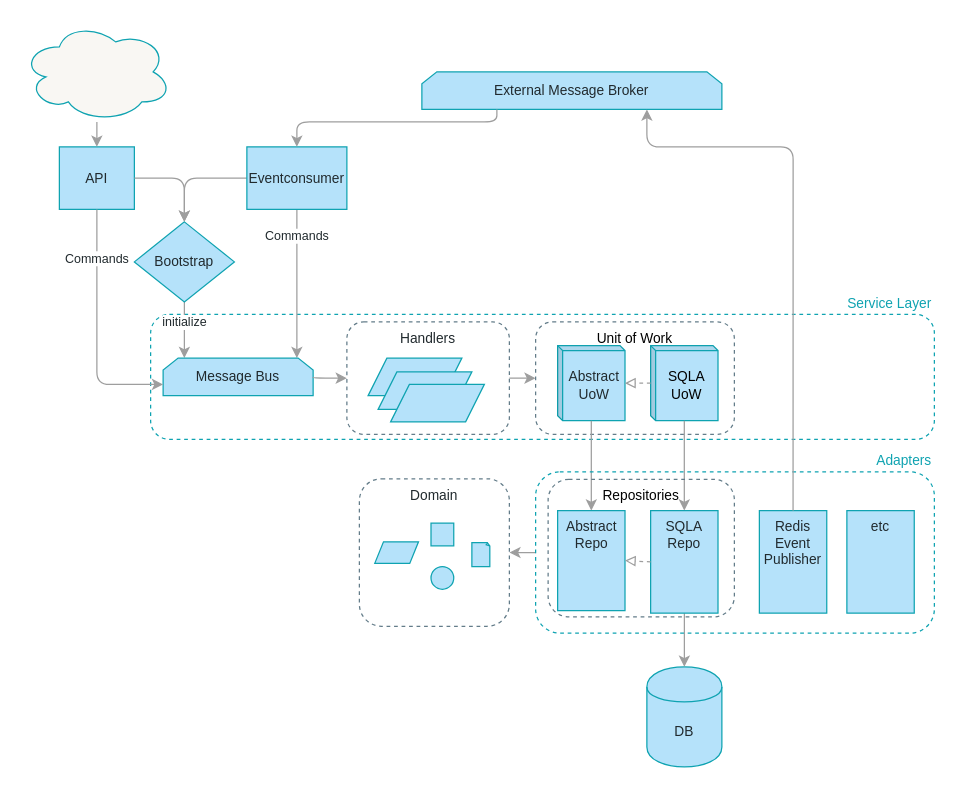
The draw.io diagram page "recap diagram" (11 of 11) of maps.drawio in cosmicpython/book, before the edit. Source tidied: cells renumbered, new cells numbered last; positions are measured from the earlier drawing's top-left corner, leaving out a move shared by most shapes. Both pictures are drawn from the tidied source at 125%, with x=0, y=0 at pixel (21, 21).
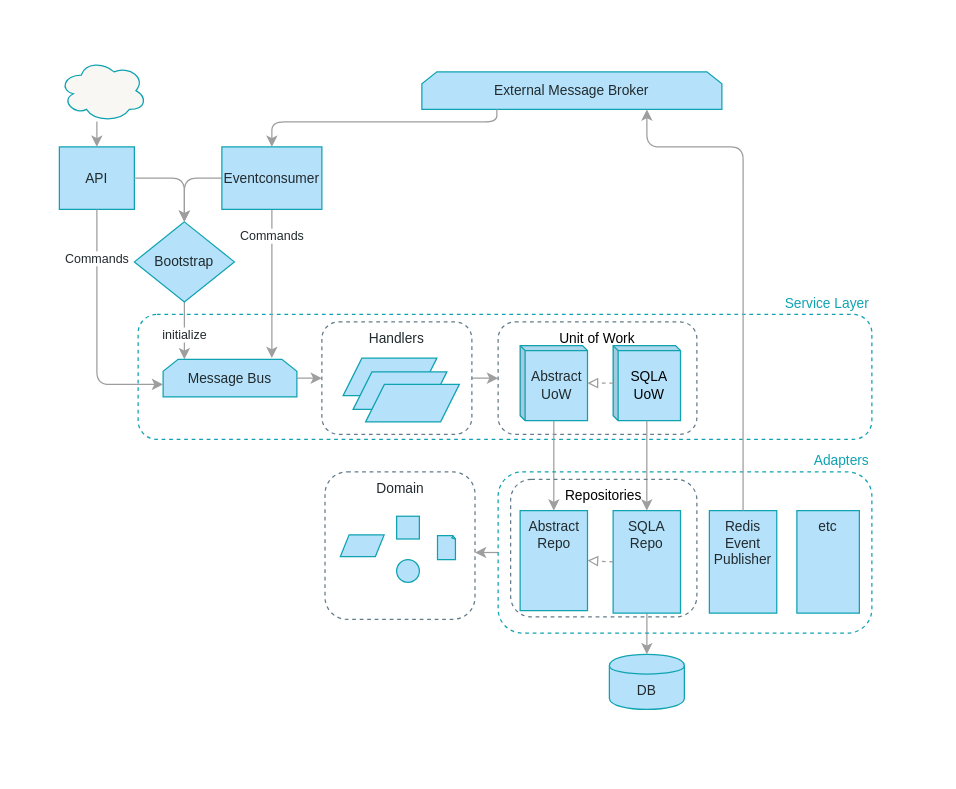
Above is the later version.

Commit message:
maps: tighten up recap diagram

The change refers to these unchanged cells:
```xml
<mxCell id="11" value="Domain" style="rounded=1;whiteSpace=wrap;html=1;fontFamily=Guardian Sans Cond Light;verticalAlign=top;fontSize=11;fontColor=#212A2E;fillColor=none;strokeColor=#637C89;dashed=1;" parent="10" vertex="1">
  <mxGeometry width="120" height="118" as="geometry" />
</mxCell>
<mxCell id="25" value="Bootstrap" style="rhombus;whiteSpace=wrap;html=1;rounded=0;shadow=0;glass=0;comic=0;strokeColor=#0FA3B1;fillColor=#B5E2FA;gradientColor=none;fontFamily=Guardian Sans Cond Light;fontSize=11;fontColor=#212A2E;align=center;" parent="1" vertex="1">
  <mxGeometry x="90" y="160" width="80" height="64" as="geometry" />
</mxCell>
<mxCell id="37" value="API" style="rounded=0;whiteSpace=wrap;html=1;fontFamily=Guardian Sans Cond Light;fontSize=11;fontColor=#212A2E;align=center;strokeColor=#0FA3B1;fillColor=#B5E2FA;" parent="1" vertex="1">
  <mxGeometry x="30" y="100" width="60" height="50" as="geometry" />
</mxCell>
<mxCell id="42" value="External Message Broker " style="shape=loopLimit;whiteSpace=wrap;html=1;fontFamily=Guardian Sans Cond Light;fontSize=11;fontColor=#212A2E;align=center;strokeColor=#0FA3B1;fillColor=#B5E2FA;size=12;gradientColor=none;" parent="1" vertex="1">
  <mxGeometry x="320" y="40" width="240" height="30" as="geometry" />
</mxCell>
```

What changed in the source:
```diff
@@
     <mxCell id="2" value="Service Layer" style="rounded=1;whiteSpace=wrap;html=1;shadow=0;dashed=1;fontFamily=Guardian Sans Cond Light;fontSize=11;fontColor=#0FA3B1;align=right;strokeColor=#0FA3B1;gradientColor=#ffffff;fillColor=none;labelPosition=center;verticalLabelPosition=top;verticalAlign=bottom;" parent="1" vertex="1">
-      <mxGeometry x="103" y="234" width="627" height="100" as="geometry" />
+      <mxGeometry x="93" y="234" width="587" height="100" as="geometry" />
     </mxCell>
     <mxCell id="3" value="initialize" style="edgeStyle=orthogonalEdgeStyle;jettySize=auto;html=1;strokeColor=#9E9E9E;fillColor=#B5E2FA;fontFamily=Guardian Sans Cond Light;fontSize=10;fontColor=#212A2E;verticalAlign=middle;exitX=0.5;exitY=1;exitDx=0;exitDy=0;" parent="1" edge="1" source="25" target="6">
-      <mxGeometry x="0.15" y="-10" relative="1" as="geometry">
+      <mxGeometry x="0.13" relative="1" as="geometry">
         <Array as="points">
           <mxPoint x="130" y="250" />
           <mxPoint x="130" y="250" />
         </Array>
-        <mxPoint x="10" y="-10" as="offset" />
       </mxGeometry>
     </mxCell>
-    <mxCell id="4" style="edgeStyle=orthogonalEdgeStyle;jettySize=auto;html=1;strokeColor=#9E9E9E;fillColor=#B5E2FA;fontFamily=Guardian Sans Cond Light;fontSize=11;fontColor=#212A2E;" parent="1" edge="1" source="26" target="25">
+    <mxCell id="4" style="edgeStyle=orthogonalEdgeStyle;jettySize=auto;html=1;strokeColor=#9E9E9E;fillColor=#B5E2FA;fontFamily=Guardian Sans Cond Light;fontSize=11;fontColor=#212A2E;exitX=0;exitY=0.5;exitDx=0;exitDy=0;" parent="1" edge="1" source="26" target="25">
       <mxGeometry relative="1" as="geometry" />
     </mxCell>
-    <mxCell id="5" value="Commands" style="edgeStyle=orthogonalEdgeStyle;jettySize=auto;html=1;strokeColor=#9E9E9E;fillColor=#B5E2FA;fontFamily=Guardian Sans Cond Light;fontSize=10;fontColor=#212A2E;" parent="1" edge="1" source="26" target="6">
+    <mxCell id="5" value="Commands" style="edgeStyle=orthogonalEdgeStyle;jettySize=auto;html=1;strokeColor=#9E9E9E;fillColor=#B5E2FA;fontFamily=Guardian Sans Cond Light;fontSize=10;fontColor=#212A2E;exitX=0.5;exitY=1;exitDx=0;exitDy=0;" parent="1" edge="1" source="26">
       <mxGeometry x="-0.64" relative="1" as="geometry">
+        <mxPoint x="200" y="269" as="targetPoint" />
         <Array as="points">
-          <mxPoint x="220" y="250" />
-          <mxPoint x="220" y="250" />
+          <mxPoint x="200" y="269" />
         </Array>
       </mxGeometry>
     </mxCell>
     <mxCell id="6" value="Message Bus" style="shape=loopLimit;whiteSpace=wrap;html=1;fontFamily=Guardian Sans Cond Light;fontSize=11;fontColor=#212A2E;align=center;strokeColor=#0FA3B1;fillColor=#B5E2FA;size=12;gradientColor=none;" parent="1" vertex="1">
-      <mxGeometry x="113" y="269" width="120" height="30" as="geometry" />
+      <mxGeometry x="113" y="270" width="107" height="30" as="geometry" />
     </mxCell>
     <mxCell id="7" style="edgeStyle=orthogonalEdgeStyle;jettySize=auto;html=1;strokeColor=#9E9E9E;fillColor=#B5E2FA;fontFamily=Guardian Sans Cond Light;fontSize=11;fontColor=#212A2E;entryX=0;entryY=0.5;entryDx=0;entryDy=0;exitX=1;exitY=0.5;exitDx=0;exitDy=0;" parent="1" edge="1" source="6" target="27">
-      <mxGeometry relative="1" as="geometry">
-        <Array as="points">
-          <mxPoint x="233" y="285" />
-        </Array>
-      </mxGeometry>
+      <mxGeometry relative="1" as="geometry" />
     </mxCell>
     <mxCell id="8" style="edgeStyle=orthogonalEdgeStyle;jettySize=auto;html=1;strokeColor=#9E9E9E;fillColor=#B5E2FA;fontFamily=Guardian Sans Cond Light;fontSize=11;fontColor=#212A2E;exitX=0;exitY=0.5;exitDx=0;exitDy=0;" parent="1" edge="1" source="31" target="11">
-      <mxGeometry relative="1" as="geometry" />
+      <mxGeometry relative="1" as="geometry">
+        <Array as="points">
+          <mxPoint x="361" y="425" />
+        </Array>
+      </mxGeometry>
     </mxCell>
     <mxCell id="9" style="group;fontSize=11;" parent="1" vertex="1">
-      <mxGeometry x="270" y="365.5" width="120" height="118" as="geometry" />
+      <mxGeometry x="242.5" y="360" width="120" height="118" as="geometry" />
     </mxCell>
@@
     <mxCell id="17" value="DB" style="shape=cylinder;whiteSpace=wrap;html=1;boundedLbl=1;backgroundOutline=1;strokeColor=#0FA3B1;fillColor=#B5E2FA;fontSize=11;fontColor=#212A2E;gradientColor=none;fontFamily=Guardian Sans Cond Light;" parent="1" vertex="1">
-      <mxGeometry x="500" y="516" width="60" height="80" as="geometry" />
+      <mxGeometry x="470" y="506" width="60" height="44" as="geometry" />
     </mxCell>
@@
     <mxCell id="19" value="Unit of Work" style="whiteSpace=wrap;html=1;strokeColor=#637C89;fillColor=none;gradientColor=none;fontFamily=Guardian Sans Cond Light;fontSize=11;fontColor=#000000;verticalAlign=top;rounded=1;dashed=1;" parent="1" vertex="1">
-      <mxGeometry x="411" y="240" width="159" height="90" as="geometry" />
+      <mxGeometry x="381" y="240" width="159" height="90" as="geometry" />
     </mxCell>
     <mxCell id="20" value="&lt;font style=&quot;font-size: 11px;&quot; color=&quot;#212A2E&quot;&gt;Abstract UoW&lt;br style=&quot;font-size: 11px;&quot;&gt;&lt;/font&gt;" style="shape=cube;whiteSpace=wrap;html=1;boundedLbl=1;backgroundOutline=1;darkOpacity=0.05;darkOpacity2=0.1;fontFamily=Guardian Sans Cond Light;fontSize=11;fontColor=#000000;align=center;strokeColor=#0FA3B1;fillColor=#B5E2FA;size=4;" parent="1" vertex="1">
-      <mxGeometry x="428.6" y="259" width="53.9" height="60" as="geometry" />
+      <mxGeometry x="398.6" y="259" width="53.9" height="60" as="geometry" />
     </mxCell>
     <mxCell id="21" value="SQLA&lt;br style=&quot;font-size: 11px;&quot;&gt;UoW" style="shape=cube;whiteSpace=wrap;html=1;boundedLbl=1;backgroundOutline=1;darkOpacity=0.05;darkOpacity2=0.1;fontFamily=Guardian Sans Cond Light;fontSize=11;fontColor=#000000;align=center;strokeColor=#0FA3B1;fillColor=#B5E2FA;size=4;" parent="1" vertex="1">
-      <mxGeometry x="503" y="259" width="53.9" height="60" as="geometry" />
+      <mxGeometry x="473" y="259" width="53.9" height="60" as="geometry" />
     </mxCell>
@@
     <mxCell id="26" value="&lt;div style=&quot;font-size: 11px;&quot;&gt;Eventconsumer&lt;/div&gt;" style="rounded=0;whiteSpace=wrap;html=1;fontFamily=Guardian Sans Cond Light;fontSize=11;fontColor=#212A2E;align=center;strokeColor=#0FA3B1;fillColor=#B5E2FA;" parent="1" vertex="1">
-      <mxGeometry x="180" y="100" width="80" height="50" as="geometry" />
+      <mxGeometry x="160" y="100" width="80" height="50" as="geometry" />
     </mxCell>
     <mxCell id="27" value="Handlers" style="rounded=1;whiteSpace=wrap;html=1;fontFamily=Guardian Sans Cond Light;verticalAlign=top;fontSize=11;fontColor=#212A2E;fillColor=none;strokeColor=#637C89;fontStyle=0;dashed=1;" parent="1" vertex="1">
-      <mxGeometry x="260" y="240" width="130" height="90" as="geometry" />
+      <mxGeometry x="240" y="240" width="120" height="90" as="geometry" />
     </mxCell>
     <mxCell id="28" style="shape=parallelogram;perimeter=parallelogramPerimeter;whiteSpace=wrap;html=1;fontFamily=Guardian Sans Cond Light;fontSize=11;fontColor=#212A2E;align=center;strokeColor=#0FA3B1;fillColor=#B5E2FA;" parent="1" vertex="1">
-      <mxGeometry x="277" y="269" width="75" height="30" as="geometry" />
+      <mxGeometry x="257" y="269" width="75" height="30" as="geometry" />
     </mxCell>
     <mxCell id="29" style="shape=parallelogram;perimeter=parallelogramPerimeter;whiteSpace=wrap;html=1;fontFamily=Guardian Sans Cond Light;fontSize=11;fontColor=#212A2E;align=center;strokeColor=#0FA3B1;fillColor=#B5E2FA;" parent="1" vertex="1">
-      <mxGeometry x="285" y="280" width="75" height="30" as="geometry" />
+      <mxGeometry x="265" y="280" width="75" height="30" as="geometry" />
     </mxCell>
     <mxCell id="30" style="shape=parallelogram;perimeter=parallelogramPerimeter;whiteSpace=wrap;html=1;fontFamily=Guardian Sans Cond Light;fontSize=11;fontColor=#212A2E;align=center;strokeColor=#0FA3B1;fillColor=#B5E2FA;" parent="1" vertex="1">
-      <mxGeometry x="295" y="290" width="75" height="30" as="geometry" />
+      <mxGeometry x="275" y="290" width="75" height="30" as="geometry" />
     </mxCell>
     <mxCell id="31" value="Adapters" style="whiteSpace=wrap;html=1;strokeColor=#0FA3B1;fillColor=none;gradientColor=#ffffff;fontFamily=Guardian Sans Cond Light;fontSize=11;fontColor=#0FA3B1;verticalAlign=bottom;rounded=1;dashed=1;shadow=0;align=right;labelPosition=center;verticalLabelPosition=top;" parent="1" vertex="1">
-      <mxGeometry x="411" y="360" width="319" height="129" as="geometry" />
+      <mxGeometry x="381" y="360" width="299" height="129" as="geometry" />
     </mxCell>
     <mxCell id="32" value="&lt;font style=&quot;font-size: 11px;&quot; color=&quot;#212A2E&quot;&gt;Abstract Repo&lt;/font&gt;" style="whiteSpace=wrap;html=1;strokeColor=#0FA3B1;fillColor=#B5E2FA;gradientColor=none;fontFamily=Guardian Sans Cond Light;fontSize=11;fontColor=#212A2E;verticalAlign=top;" parent="1" vertex="1">
-      <mxGeometry x="428.6" y="391" width="53.9" height="80" as="geometry" />
+      <mxGeometry x="398.6" y="391" width="53.9" height="80" as="geometry" />
     </mxCell>
     <mxCell id="33" value="SQLA&lt;br style=&quot;font-size: 11px;&quot;&gt;Repo" style="whiteSpace=wrap;html=1;strokeColor=#0FA3B1;fillColor=#B5E2FA;gradientColor=none;fontFamily=Guardian Sans Cond Light;fontSize=11;fontColor=#212A2E;verticalAlign=top;" parent="1" vertex="1">
-      <mxGeometry x="503" y="391" width="53.9" height="82" as="geometry" />
+      <mxGeometry x="473" y="391" width="53.9" height="82" as="geometry" />
     </mxCell>
@@
     <mxCell id="35" value="Redis&lt;br style=&quot;font-size: 11px;&quot;&gt;Event&lt;br style=&quot;font-size: 11px;&quot;&gt;Publisher" style="whiteSpace=wrap;html=1;strokeColor=#0FA3B1;fillColor=#B5E2FA;gradientColor=none;fontFamily=Guardian Sans Cond Light;fontSize=11;fontColor=#212A2E;verticalAlign=top;" parent="1" vertex="1">
-      <mxGeometry x="590" y="391" width="53.9" height="82" as="geometry" />
+      <mxGeometry x="550" y="391" width="53.9" height="82" as="geometry" />
     </mxCell>
     <mxCell id="36" value="etc" style="whiteSpace=wrap;html=1;strokeColor=#0FA3B1;fillColor=#B5E2FA;gradientColor=none;fontFamily=Guardian Sans Cond Light;fontSize=11;fontColor=#212A2E;verticalAlign=top;" parent="1" vertex="1">
-      <mxGeometry x="660" y="391" width="53.9" height="82" as="geometry" />
+      <mxGeometry x="620" y="391" width="50" height="82" as="geometry" />
     </mxCell>
@@
     <mxCell id="38" style="ellipse;shape=cloud;whiteSpace=wrap;html=1;rounded=1;shadow=0;glass=0;comic=0;strokeColor=#0FA3B1;fillColor=#F9F7F3;gradientColor=none;fontFamily=Guardian Sans Cond Light;fontSize=11;fontColor=#000000;align=center;" parent="1" vertex="1">
-      <mxGeometry width="120" height="80" as="geometry" />
+      <mxGeometry x="30" y="30" width="70" height="50" as="geometry" />
     </mxCell>
@@
     <mxCell id="41" style="edgeStyle=orthogonalEdgeStyle;jettySize=auto;html=1;strokeColor=#9E9E9E;fillColor=#B5E2FA;fontFamily=Guardian Sans Cond Light;fontSize=11;fontColor=#212A2E;" parent="1" edge="1" source="38" target="37">
-      <mxGeometry relative="1" as="geometry" />
+      <mxGeometry relative="1" as="geometry">
+        <Array as="points">
+          <mxPoint x="60" y="90" />
+          <mxPoint x="60" y="90" />
+        </Array>
+      </mxGeometry>
     </mxCell>
@@
     <mxCell id="43" style="edgeStyle=orthogonalEdgeStyle;jettySize=auto;html=1;strokeColor=#9E9E9E;fillColor=#B5E2FA;fontFamily=Guardian Sans Cond Light;fontSize=11;fontColor=#212A2E;entryX=0.5;entryY=0;entryDx=0;entryDy=0;exitX=0.25;exitY=1;exitDx=0;exitDy=0;" parent="1" edge="1" source="42" target="26">
       <mxGeometry relative="1" as="geometry">
         <Array as="points">
           <mxPoint x="380" y="80" />
-          <mxPoint x="220" y="80" />
+          <mxPoint x="200" y="80" />
         </Array>
       </mxGeometry>
     </mxCell>
     <mxCell id="44" value="Repositories" style="whiteSpace=wrap;html=1;strokeColor=#637C89;fillColor=none;gradientColor=none;fontFamily=Guardian Sans Cond Light;fontSize=11;fontColor=#000000;verticalAlign=top;rounded=1;dashed=1;" parent="1" vertex="1">
-      <mxGeometry x="421" y="366" width="149" height="110" as="geometry" />
+      <mxGeometry x="391" y="366" width="149" height="110" as="geometry" />
     </mxCell>
     <mxCell id="45" style="edgeStyle=orthogonalEdgeStyle;jettySize=auto;html=1;strokeColor=#9E9E9E;fillColor=#B5E2FA;fontFamily=Guardian Sans Cond Light;fontSize=11;fontColor=#212A2E;exitX=0.5;exitY=0;exitDx=0;exitDy=0;entryX=0.75;entryY=1;entryDx=0;entryDy=0;" parent="1" edge="1" source="35" target="42">
       <mxGeometry relative="1" as="geometry">
         <Array as="points">
-          <mxPoint x="617" y="100" />
+          <mxPoint x="577" y="100" />
           <mxPoint x="500" y="100" />
         </Array>
       </mxGeometry>
     </mxCell>
```
